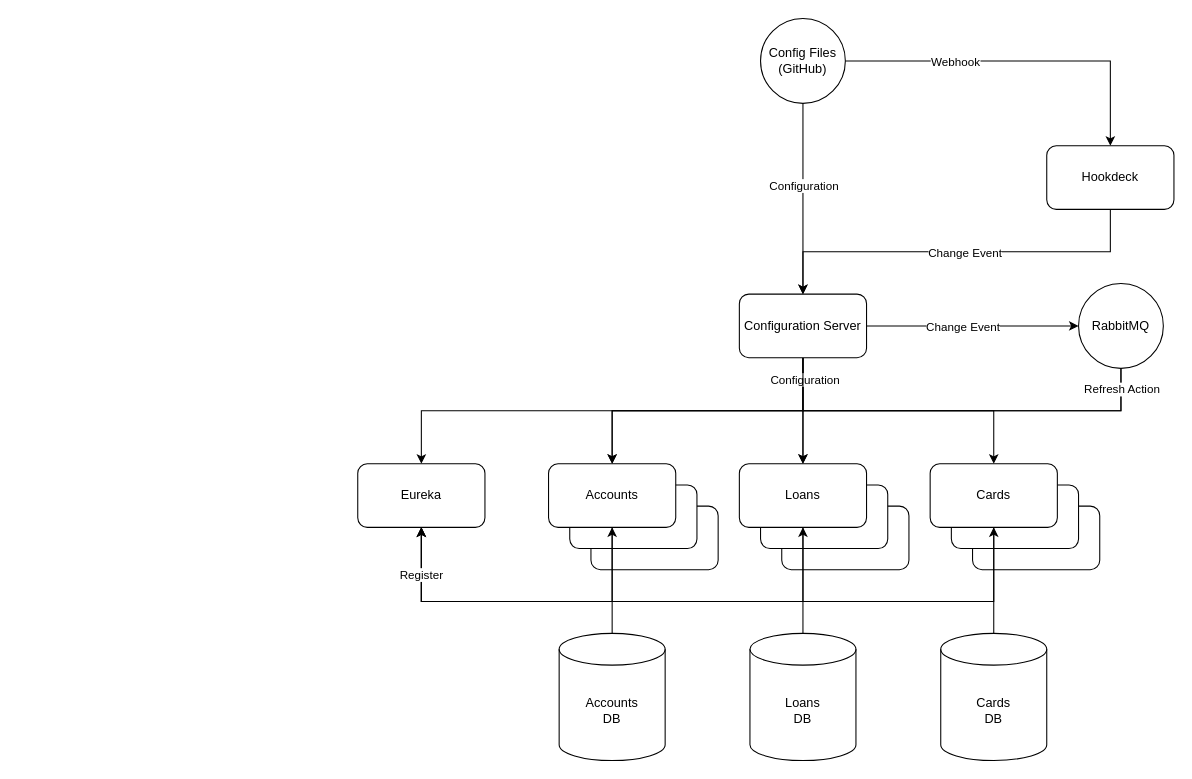
This is spring-microservices/architecture.drawio from vkondrav/spring-boot, a draw.io file, before an edit. Source tidied: cells renumbered, new cells numbered last; positions are measured from the earlier drawing's top-left corner, leaving out a move shared by most shapes. Both pictures are drawn from the tidied source at 106%, with x=0, y=0 at pixel (357, 18).
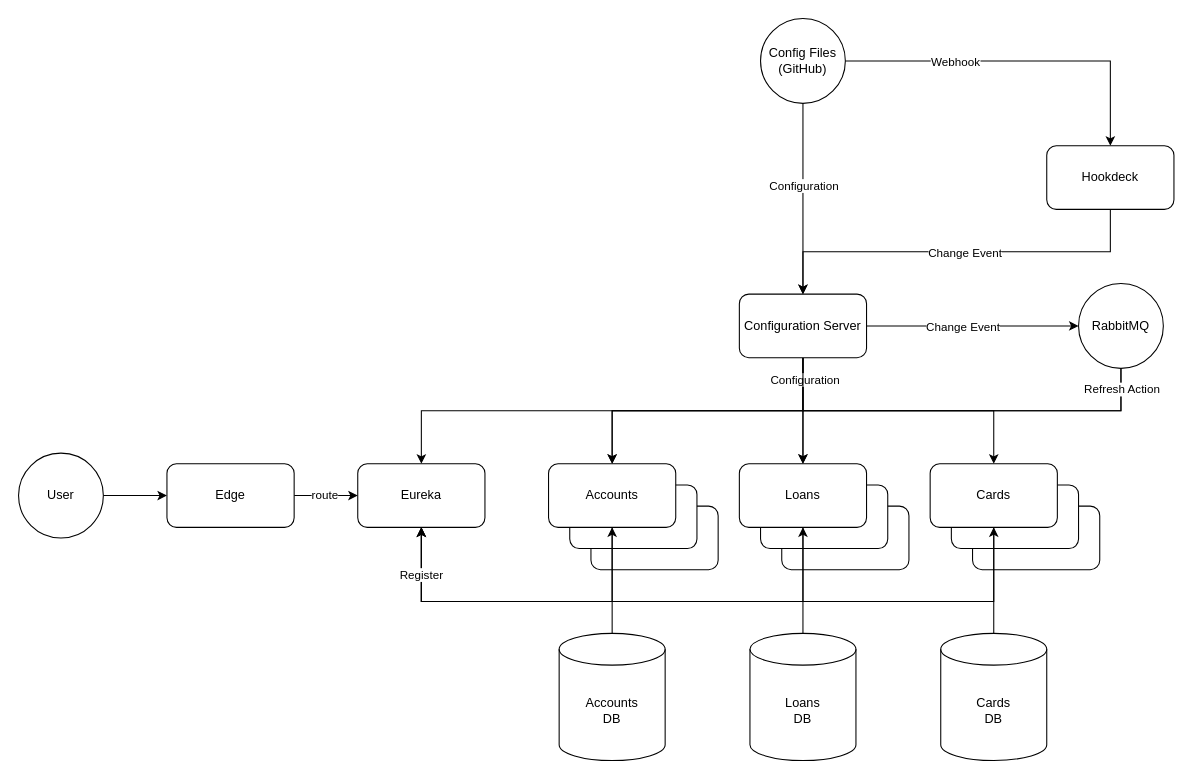
After the change.

Unchanged cells that the change refers to:
```xml
<mxCell id="41" value="Eureka" style="rounded=1;whiteSpace=wrap;html=1;" parent="1" vertex="1">
  <mxGeometry y="420" width="120" height="60" as="geometry" />
</mxCell>
```

Change to the diagram source:
```diff
@@
+    <mxCell id="42" style="edgeStyle=orthogonalEdgeStyle;rounded=0;jettySize=auto;html=1;exitX=1;exitY=0.5;exitDx=0;exitDy=0;entryX=0;entryY=0.5;entryDx=0;entryDy=0;" parent="1" edge="1" source="44" target="41">
+      <mxGeometry relative="1" as="geometry" />
+    </mxCell>
+    <mxCell id="43" value="route" style="edgeLabel;html=1;align=center;verticalAlign=middle;" parent="42" vertex="1">
+      <mxGeometry x="-0.06" y="1" relative="1" as="geometry" />
+    </mxCell>
+    <mxCell id="44" value="Edge" style="rounded=1;whiteSpace=wrap;html=1;" parent="1" vertex="1">
+      <mxGeometry x="-180" y="420" width="120" height="60" as="geometry" />
+    </mxCell>
+    <mxCell id="45" style="edgeStyle=orthogonalEdgeStyle;rounded=0;jettySize=auto;html=1;exitX=1;exitY=0.5;exitDx=0;exitDy=0;entryX=0;entryY=0.5;entryDx=0;entryDy=0;" parent="1" edge="1" source="46" target="44">
+      <mxGeometry relative="1" as="geometry" />
+    </mxCell>
+    <mxCell id="46" value="User" style="ellipse;whiteSpace=wrap;html=1;" parent="1" vertex="1">
+      <mxGeometry x="-320" y="410" width="80" height="80" as="geometry" />
+    </mxCell>
```
